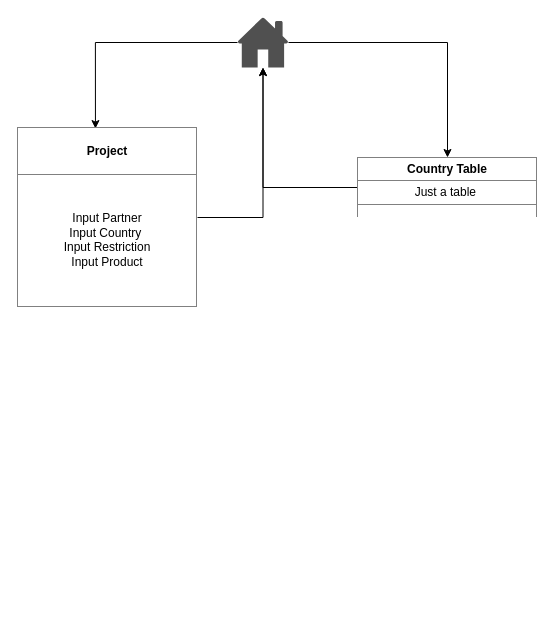
ksu-cs-projects-2022-2023/spring2023-rchevuru keeps this draw.io diagram as SightMap.drawio. Above is the earlier version. Source tidied: cells renumbered, new cells numbered last; positions are measured from the earlier drawing's top-left corner, leaving out a move shared by most shapes. Both pictures are drawn from the tidied source at 100%, with x=0, y=0 at pixel (17, 17).
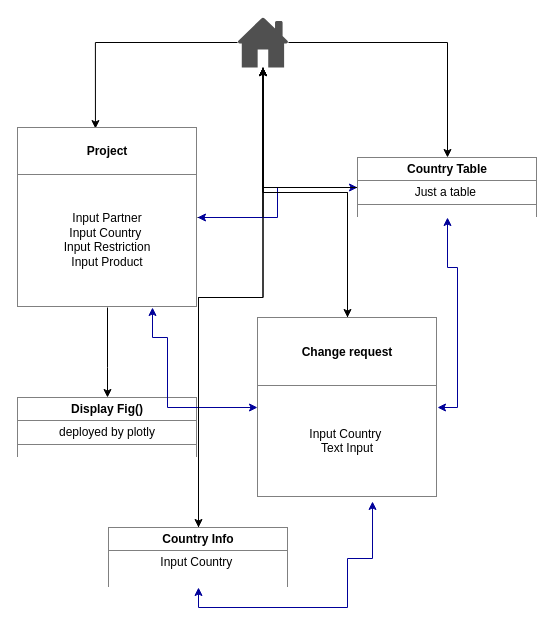
The same diagram, later.

Unchanged cells that the change refers to:
```xml
<mxCell id="4" style="sketch=0;shadow=0;dashed=0;html=1;strokeColor=none;fillColor=#505050;labelPosition=center;verticalLabelPosition=bottom;verticalAlign=top;outlineConnect=0;align=center;shape=mxgraph.office.concepts.home;" parent="1" vertex="1">
  <mxGeometry x="220" width="51" height="50" as="geometry" />
</mxCell>
<mxCell id="6" value="&lt;table border=&quot;1&quot; width=&quot;100%&quot; height=&quot;100%&quot; cellpadding=&quot;4&quot; style=&quot;width:100%;height:100%;border-collapse:collapse;&quot;&gt;&lt;tbody&gt;&lt;tr&gt;&lt;th align=&quot;center&quot;&gt;Project&lt;/th&gt;&lt;/tr&gt;&lt;tr&gt;&lt;td align=&quot;center&quot;&gt;Input Partner&lt;br&gt;Input Country&amp;nbsp;&lt;br&gt;Input Restriction&lt;br&gt;Input Product&lt;/td&gt;&lt;/tr&gt;&lt;/tbody&gt;&lt;/table&gt;" style="text;html=1;whiteSpace=wrap;strokeColor=none;fillColor=none;overflow=fill;" parent="1" vertex="1">
  <mxGeometry y="110" width="180" height="180" as="geometry" />
</mxCell>
<mxCell id="8" value="&lt;table border=&quot;1&quot; width=&quot;100%&quot; height=&quot;100%&quot; cellpadding=&quot;4&quot; style=&quot;width:100%;height:100%;border-collapse:collapse;&quot;&gt;&lt;tbody&gt;&lt;tr&gt;&lt;th align=&quot;center&quot;&gt;&lt;b&gt;Country Table&lt;/b&gt;&lt;/th&gt;&lt;/tr&gt;&lt;tr&gt;&lt;td align=&quot;center&quot;&gt;Just a table&amp;nbsp;&lt;br&gt;&lt;/td&gt;&lt;/tr&gt;&lt;tr&gt;&lt;td align=&quot;center&quot;&gt;&lt;br&gt;&lt;/td&gt;&lt;/tr&gt;&lt;/tbody&gt;&lt;/table&gt;" style="text;html=1;whiteSpace=wrap;strokeColor=none;fillColor=none;overflow=fill;" parent="1" vertex="1">
  <mxGeometry x="340" y="140" width="180" height="60" as="geometry" />
</mxCell>
```

Change to the diagram source:
```diff
@@
+    <mxCell id="9" style="edgeStyle=orthogonalEdgeStyle;rounded=0;jettySize=auto;html=1;entryX=0.5;entryY=0;entryDx=0;entryDy=0;" parent="1" edge="1" source="4" target="17">
+      <mxGeometry relative="1" as="geometry" />
+    </mxCell>
+    <mxCell id="10" style="edgeStyle=orthogonalEdgeStyle;rounded=0;jettySize=auto;html=1;entryX=0.5;entryY=0;entryDx=0;entryDy=0;" parent="1" edge="1" source="4" target="20">
+      <mxGeometry relative="1" as="geometry" />
+    </mxCell>
@@
+    <mxCell id="11" style="edgeStyle=orthogonalEdgeStyle;rounded=0;jettySize=auto;html=1;exitX=0.5;exitY=1;exitDx=0;exitDy=0;entryX=0.5;entryY=0;entryDx=0;entryDy=0;" parent="1" edge="1" source="6" target="14">
+      <mxGeometry relative="1" as="geometry">
+        <Array as="points">
+          <mxPoint x="90" y="350" />
+          <mxPoint x="90" y="350" />
+        </Array>
+      </mxGeometry>
+    </mxCell>
+    <mxCell id="12" style="edgeStyle=orthogonalEdgeStyle;rounded=0;jettySize=auto;html=1;strokeColor=#000099;entryX=0;entryY=0.5;entryDx=0;entryDy=0;startArrow=classic;startFill=1;" parent="1" edge="1" source="6" target="8">
+      <mxGeometry relative="1" as="geometry" />
+    </mxCell>
@@
+    <mxCell id="13" style="edgeStyle=orthogonalEdgeStyle;rounded=0;jettySize=auto;html=1;entryX=1;entryY=0.5;entryDx=0;entryDy=0;strokeColor=#000099;startArrow=classic;startFill=1;" parent="1" edge="1" source="8" target="17">
+      <mxGeometry relative="1" as="geometry" />
+    </mxCell>
@@
+    <mxCell id="14" value="&lt;table border=&quot;1&quot; width=&quot;100%&quot; height=&quot;100%&quot; cellpadding=&quot;4&quot; style=&quot;width:100%;height:100%;border-collapse:collapse;&quot;&gt;&lt;tbody&gt;&lt;tr&gt;&lt;th align=&quot;center&quot;&gt;Display Fig()&lt;/th&gt;&lt;/tr&gt;&lt;tr&gt;&lt;td align=&quot;center&quot;&gt;deployed by plotly&lt;/td&gt;&lt;/tr&gt;&lt;tr&gt;&lt;td align=&quot;center&quot;&gt;&lt;br&gt;&lt;/td&gt;&lt;/tr&gt;&lt;/tbody&gt;&lt;/table&gt;" style="text;html=1;whiteSpace=wrap;strokeColor=none;fillColor=none;overflow=fill;" parent="1" vertex="1">
+      <mxGeometry y="380" width="180" height="60" as="geometry" />
+    </mxCell>
+    <mxCell id="15" style="edgeStyle=orthogonalEdgeStyle;rounded=0;jettySize=auto;html=1;" parent="1" edge="1" source="17" target="4">
+      <mxGeometry relative="1" as="geometry" />
+    </mxCell>
+    <mxCell id="16" style="edgeStyle=orthogonalEdgeStyle;rounded=0;jettySize=auto;html=1;entryX=0.75;entryY=1;entryDx=0;entryDy=0;strokeColor=#000099;startArrow=classic;startFill=1;" parent="1" edge="1" source="17" target="6">
+      <mxGeometry relative="1" as="geometry">
+        <Array as="points">
+          <mxPoint x="150" y="390" />
+          <mxPoint x="150" y="320" />
+          <mxPoint x="135" y="320" />
+        </Array>
+      </mxGeometry>
+    </mxCell>
+    <mxCell id="17" value="&lt;table border=&quot;1&quot; width=&quot;100%&quot; height=&quot;100%&quot; cellpadding=&quot;4&quot; style=&quot;width:100%;height:100%;border-collapse:collapse;&quot;&gt;&lt;tbody&gt;&lt;tr&gt;&lt;th align=&quot;center&quot;&gt;Change request&lt;/th&gt;&lt;/tr&gt;&lt;tr&gt;&lt;td align=&quot;center&quot;&gt;Input Country&amp;nbsp;&lt;br&gt;Text Input&lt;/td&gt;&lt;/tr&gt;&lt;/tbody&gt;&lt;/table&gt;" style="text;html=1;whiteSpace=wrap;strokeColor=none;fillColor=none;overflow=fill;" parent="1" vertex="1">
+      <mxGeometry x="240" y="300" width="180" height="180" as="geometry" />
+    </mxCell>
+    <mxCell id="18" style="edgeStyle=orthogonalEdgeStyle;rounded=0;jettySize=auto;html=1;" parent="1" edge="1" source="20" target="4">
+      <mxGeometry relative="1" as="geometry" />
+    </mxCell>
+    <mxCell id="19" style="edgeStyle=orthogonalEdgeStyle;rounded=0;jettySize=auto;html=1;entryX=0.639;entryY=1.022;entryDx=0;entryDy=0;entryPerimeter=0;startArrow=classic;startFill=1;strokeColor=#000099;" parent="1" edge="1" source="20" target="17">
+      <mxGeometry relative="1" as="geometry">
+        <Array as="points">
+          <mxPoint x="181" y="590" />
+          <mxPoint x="330" y="590" />
+          <mxPoint x="330" y="541" />
+          <mxPoint x="355" y="541" />
+        </Array>
+      </mxGeometry>
+    </mxCell>
+    <mxCell id="20" value="&lt;table border=&quot;1&quot; width=&quot;100%&quot; height=&quot;100%&quot; cellpadding=&quot;4&quot; style=&quot;width:100%;height:100%;border-collapse:collapse;&quot;&gt;&lt;tbody&gt;&lt;tr&gt;&lt;th align=&quot;center&quot;&gt;Country Info&lt;/th&gt;&lt;/tr&gt;&lt;tr&gt;&lt;td align=&quot;center&quot;&gt;Input Country&amp;nbsp;&lt;br&gt;&lt;br&gt;&lt;/td&gt;&lt;/tr&gt;&lt;/tbody&gt;&lt;/table&gt;" style="text;html=1;whiteSpace=wrap;strokeColor=none;fillColor=none;overflow=fill;" parent="1" vertex="1">
+      <mxGeometry x="91" y="510" width="180" height="60" as="geometry" />
+    </mxCell>
```
